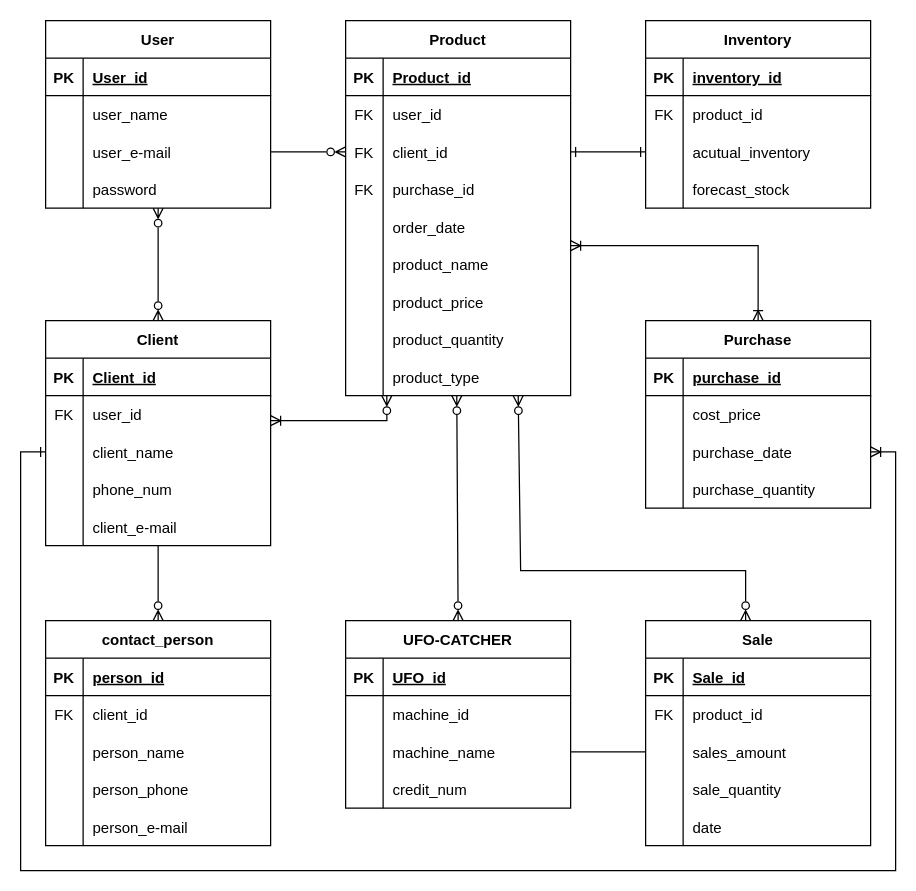
Above: ER.dio in junya-yachi/portfolio_01 (draw.io), before the change. Source tidied: cells renumbered, new cells numbered last; positions are measured from the earlier drawing's top-left corner, leaving out a move shared by most shapes. Both pictures are drawn from the tidied source at 125%, with x=0, y=0 at pixel (20, 20).
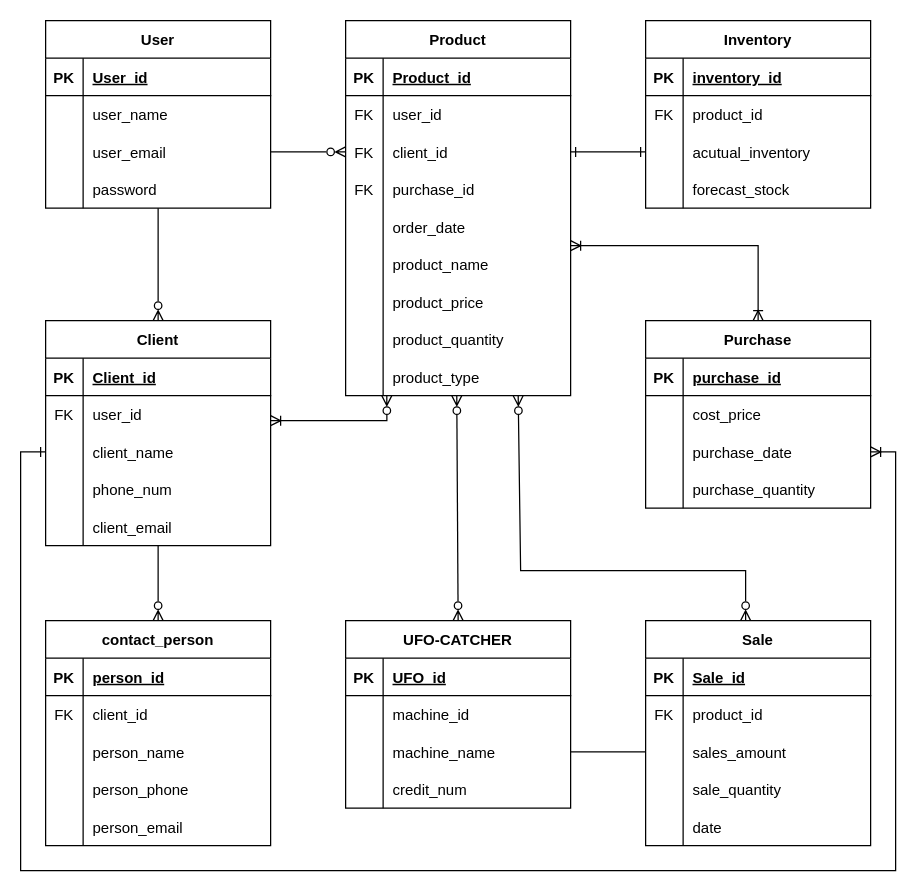
The same page after the edit.

Unchanged cells that the change refers to:
```xml
<mxCell id="3" value="User" style="shape=table;startSize=30;childLayout=tableLayout;rowLines=0;fontStyle=1;align=center;" parent="1" vertex="1">
  <mxGeometry x="20" width="180" height="150" as="geometry" />
</mxCell>
<mxCell id="10" style="shape=partialRectangle;fillColor=none;top=0;left=0;bottom=0;right=0;points=[[0,0.5],[1,0.5]];portConstraint=eastwest;" parent="3" vertex="1">
  <mxGeometry y="90" width="180" height="30" as="geometry" />
</mxCell>
<mxCell id="45" value="Client" style="shape=table;startSize=30;childLayout=tableLayout;rowLines=0;fontStyle=1;align=center;" parent="1" vertex="1">
  <mxGeometry x="20" y="240" width="180" height="180" as="geometry" />
</mxCell>
<mxCell id="58" style="shape=partialRectangle;fillColor=none;top=0;left=0;bottom=0;right=0;" parent="45" vertex="1">
  <mxGeometry y="150" width="180" height="30" as="geometry" />
</mxCell>
<mxCell id="74" style="shape=partialRectangle;fillColor=none;top=0;left=0;bottom=0;right=0;" parent="61" vertex="1">
  <mxGeometry y="150" width="180" height="30" as="geometry" />
</mxCell>
```

The edit, as a diff of the source:
```diff
@@
-    <mxCell id="2" style="edgeStyle=none;html=1;entryX=0.5;entryY=0;entryDx=0;entryDy=0;endArrow=ERzeroToMany;endFill=0;startArrow=ERzeroToMany;startFill=0;" parent="1" edge="1" source="3" target="45">
+    <mxCell id="2" style="edgeStyle=none;html=1;entryX=0.5;entryY=0;entryDx=0;entryDy=0;endArrow=ERzeroToMany;endFill=0;startArrow=none;startFill=0;" parent="1" edge="1" source="3" target="45">
       <mxGeometry relative="1" as="geometry" />
     </mxCell>
@@
-    <mxCell id="12" value="user_e-mail" style="shape=partialRectangle;fillColor=none;top=0;left=0;bottom=0;right=0;align=left;spacingLeft=6;overflow=hidden;" parent="10" vertex="1">
+    <mxCell id="12" value="user_email" style="shape=partialRectangle;fillColor=none;top=0;left=0;bottom=0;right=0;align=left;spacingLeft=6;overflow=hidden;" parent="10" vertex="1">
       <mxGeometry x="30" width="150" height="30" as="geometry" />
     </mxCell>
@@
-    <mxCell id="60" value="client_e-mail" style="shape=partialRectangle;fillColor=none;top=0;left=0;bottom=0;right=0;align=left;spacingLeft=6;overflow=hidden;" parent="58" vertex="1">
+    <mxCell id="60" value="client_email" style="shape=partialRectangle;fillColor=none;top=0;left=0;bottom=0;right=0;align=left;spacingLeft=6;overflow=hidden;" parent="58" vertex="1">
       <mxGeometry x="30" width="150" height="30" as="geometry" />
     </mxCell>
@@
-    <mxCell id="76" value="person_e-mail" style="shape=partialRectangle;fillColor=none;top=0;left=0;bottom=0;right=0;align=left;spacingLeft=6;overflow=hidden;fontStyle=0;" parent="74" vertex="1">
+    <mxCell id="76" value="person_email" style="shape=partialRectangle;fillColor=none;top=0;left=0;bottom=0;right=0;align=left;spacingLeft=6;overflow=hidden;fontStyle=0;" parent="74" vertex="1">
       <mxGeometry x="30" width="150" height="30" as="geometry" />
     </mxCell>
```
